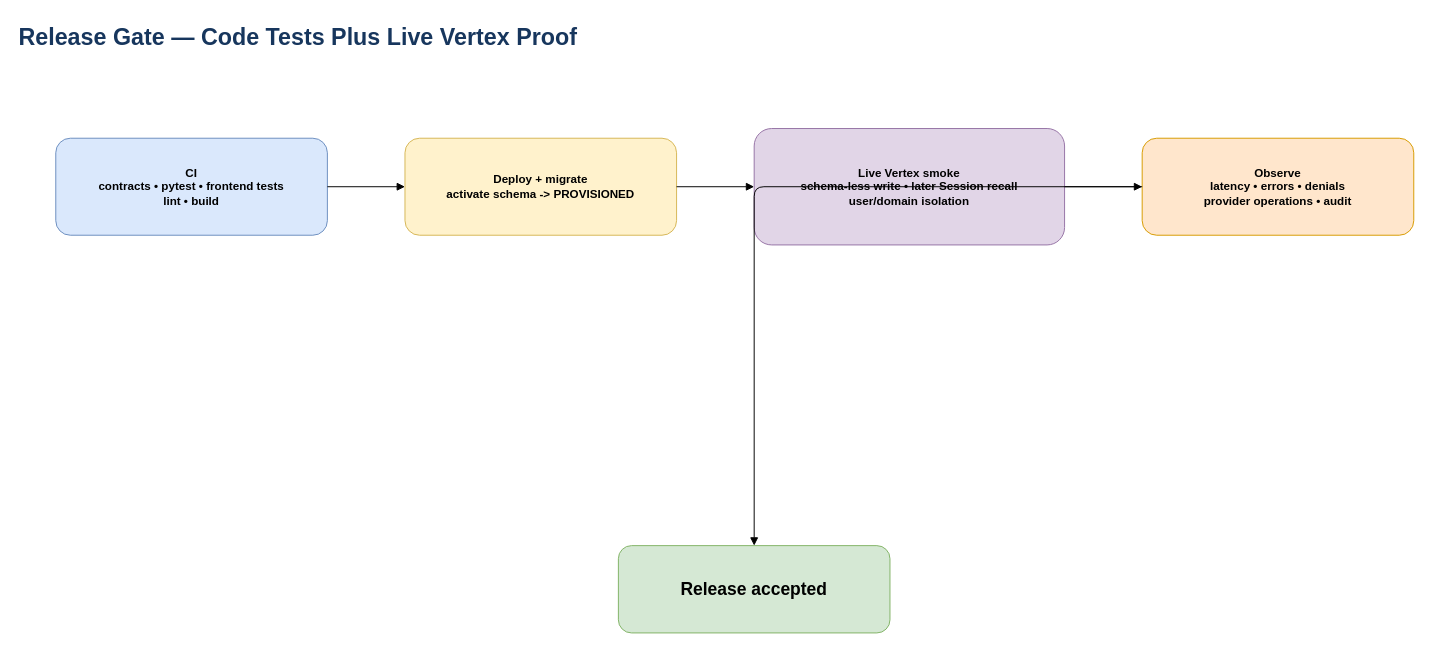
Above: page "4. Release Validation" (4 of 4) of docs/agent-memory-flows.drawio in connect2srinu/jeep-memory-storage (draw.io), before the change. Source tidied: cells renumbered, new cells numbered last; positions are measured from the earlier drawing's top-left corner, leaving out a move shared by most shapes. Both pictures are drawn from the tidied source at 97%, with x=0, y=0 at pixel (16, 16).
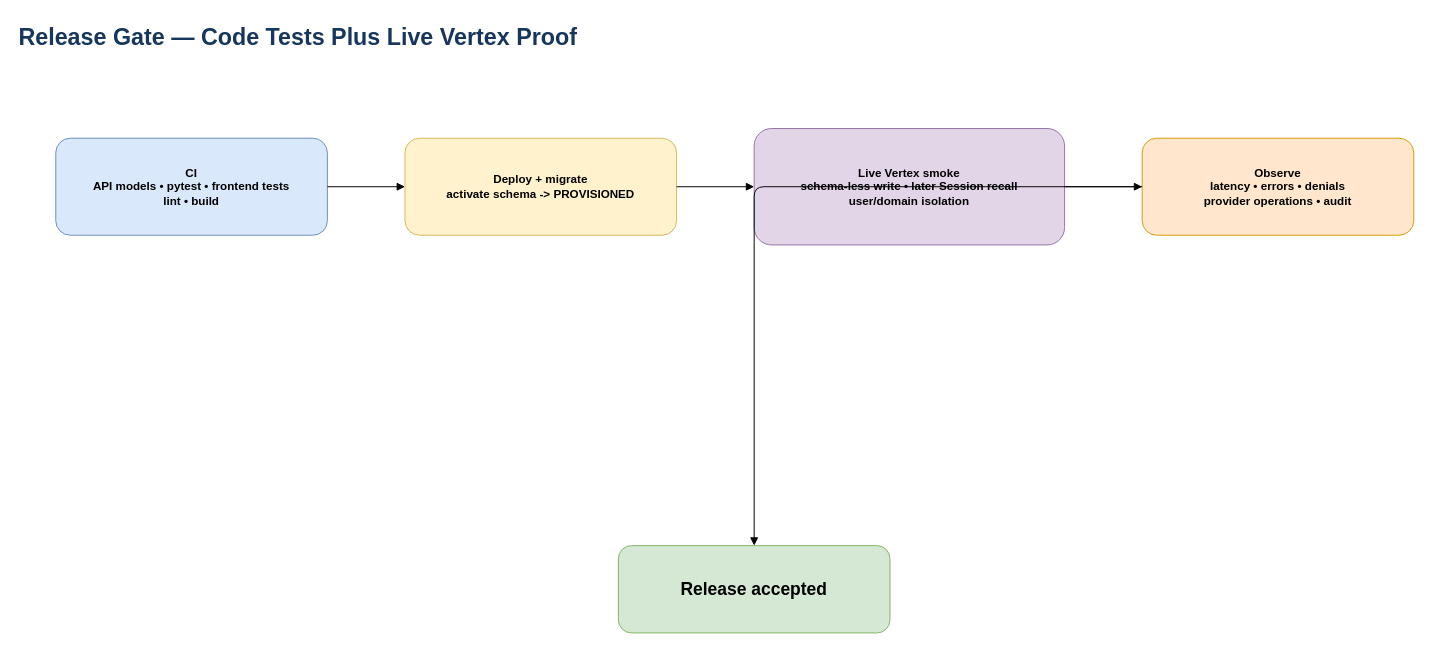
After the change.

Diff of the diagram source:
```diff
@@
 <mxGraphModel>
   <root>
     <mxCell id="0" />
     <mxCell id="1" parent="0" />
     <mxCell id="2" value="Release Gate — Code Tests Plus Live Vertex Proof" style="text;html=1;strokeColor=none;fillColor=none;fontSize=24;fontStyle=1;fontColor=#17365D;" parent="1" vertex="1">
       <mxGeometry width="900" height="40" as="geometry" />
     </mxCell>
-    <mxCell id="3" value="CI&#10;contracts • pytest • frontend tests&#10;lint • build" style="rounded=1;whiteSpace=wrap;html=1;fillColor=#DAE8FC;strokeColor=#6C8EBF;fontStyle=1;" parent="1" vertex="1">
+    <mxCell id="3" value="CI&#10;API models • pytest • frontend tests&#10;lint • build" style="rounded=1;whiteSpace=wrap;html=1;fillColor=#DAE8FC;strokeColor=#6C8EBF;fontStyle=1;" parent="1" vertex="1">
       <mxGeometry x="40" y="125" width="280" height="100" as="geometry" />
     </mxCell>
     <mxCell id="4" value="Deploy + migrate&#10;activate schema -&gt; PROVISIONED" style="rounded=1;whiteSpace=wrap;html=1;fillColor=#FFF2CC;strokeColor=#D6B656;fontStyle=1;" parent="1" vertex="1">
       <mxGeometry x="400" y="125" width="280" height="100" as="geometry" />
     </mxCell>
     <mxCell id="5" value="Live Vertex smoke&#10;schema-less write • later Session recall&#10;user/domain isolation" style="rounded=1;whiteSpace=wrap;html=1;fillColor=#E1D5E7;strokeColor=#9673A6;fontStyle=1;" parent="1" vertex="1">
       <mxGeometry x="760" y="115" width="320" height="120" as="geometry" />
     </mxCell>
     <mxCell id="6" value="Observe&#10;latency • errors • denials&#10;provider operations • audit" style="rounded=1;whiteSpace=wrap;html=1;fillColor=#FFE6CC;strokeColor=#D79B00;fontStyle=1;" parent="1" vertex="1">
       <mxGeometry x="1160" y="125" width="280" height="100" as="geometry" />
     </mxCell>
     <mxCell id="7" value="Release accepted" style="rounded=1;whiteSpace=wrap;html=1;fillColor=#D5E8D4;strokeColor=#82B366;fontStyle=1;fontSize=18;" parent="1" vertex="1">
       <mxGeometry x="620" y="545" width="280" height="90" as="geometry" />
     </mxCell>
     <mxCell id="8" style="edgeStyle=orthogonalEdgeStyle;html=1;endArrow=block;endFill=1;" parent="1" edge="1" source="3" target="4">
       <mxGeometry relative="1" as="geometry" />
     </mxCell>
     <mxCell id="9" style="edgeStyle=orthogonalEdgeStyle;html=1;endArrow=block;endFill=1;" parent="1" edge="1" source="4" target="5">
       <mxGeometry relative="1" as="geometry" />
     </mxCell>
     <mxCell id="10" style="edgeStyle=orthogonalEdgeStyle;html=1;endArrow=block;endFill=1;" parent="1" edge="1" source="5" target="6">
       <mxGeometry relative="1" as="geometry" />
     </mxCell>
     <mxCell id="11" style="edgeStyle=orthogonalEdgeStyle;html=1;endArrow=block;endFill=1;" parent="1" edge="1" source="6" target="7">
       <mxGeometry relative="1" as="geometry" />
     </mxCell>
   </root>
 </mxGraphModel>
```
